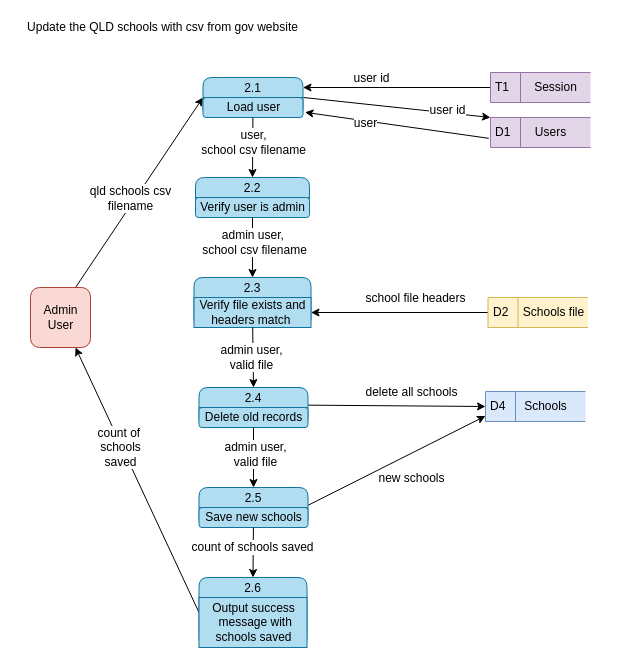
Earlier version of the draw.io diagram page "DFD L1 - Admin update datasets" (5 of 5) of App requirements/dfd qpc.drawio (simonpett/QPC). Source tidied: cells renumbered, new cells numbered last; positions are measured from the earlier drawing's top-left corner, leaving out a move shared by most shapes. Both pictures are drawn from the tidied source at 100%, with x=0, y=0 at pixel (16, 17).
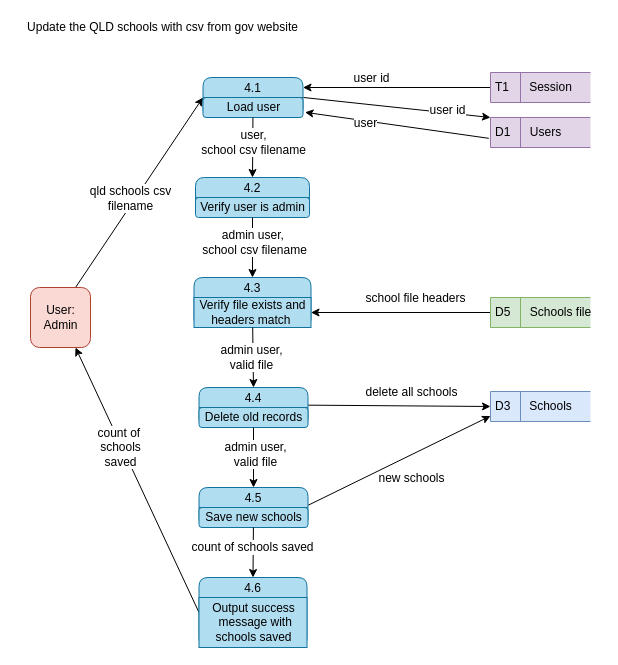
Above is the later version.

Change to the diagram source:
```diff
@@
-    <mxCell id="4" value="Admin &lt;br&gt;User" style="html=1;dashed=0;whitespace=wrap;fillColor=#fad9d5;strokeColor=#ae4132;rounded=1;fontSize=12;" parent="1" vertex="1">
+    <mxCell id="4" value="User: &lt;br&gt;Admin" style="html=1;dashed=0;whitespace=wrap;fillColor=#fad9d5;strokeColor=#ae4132;rounded=1;fontSize=12;" parent="1" vertex="1">
       <mxGeometry x="14" y="270" width="60" height="60" as="geometry" />
     </mxCell>
@@
     <mxCell id="6" value="Users" style="text;html=1;align=center;verticalAlign=middle;strokeColor=none;fillColor=none;fontSize=12;" parent="1" vertex="1">
-      <mxGeometry x="509" y="105" width="50" height="20" as="geometry" />
+      <mxGeometry x="504" y="105" width="50" height="20" as="geometry" />
     </mxCell>
@@
-    <mxCell id="10" value="2.1" style="swimlane;fontStyle=0;horizontal=1;startSize=20;fillColor=#b1ddf0;swimlaneFillColor=#ffffff;rounded=1;fontSize=12;strokeColor=#10739e;" parent="1" vertex="1">
+    <mxCell id="10" value="4.1" style="swimlane;fontStyle=0;horizontal=1;startSize=20;fillColor=#b1ddf0;swimlaneFillColor=#ffffff;rounded=1;fontSize=12;strokeColor=#10739e;" parent="1" vertex="1">
       <mxGeometry x="186.5" y="60" width="100" height="40" as="geometry" />
     </mxCell>
@@
-    <mxCell id="15" value="2.6" style="swimlane;fontStyle=0;horizontal=1;startSize=20;fillColor=#b1ddf0;swimlaneFillColor=#ffffff;rounded=1;fontSize=12;strokeColor=#10739e;" parent="1" vertex="1">
+    <mxCell id="15" value="4.6" style="swimlane;fontStyle=0;horizontal=1;startSize=20;fillColor=#b1ddf0;swimlaneFillColor=#ffffff;rounded=1;fontSize=12;strokeColor=#10739e;" parent="1" vertex="1">
       <mxGeometry x="182.5" y="560" width="108" height="70" as="geometry" />
     </mxCell>
@@
     <mxCell id="20" value="Session" style="text;html=1;align=center;verticalAlign=middle;strokeColor=none;fillColor=none;fontSize=12;" parent="1" vertex="1">
-      <mxGeometry x="509" y="60" width="60" height="20" as="geometry" />
+      <mxGeometry x="504" y="60" width="60" height="20" as="geometry" />
     </mxCell>
-    <mxCell id="21" value="2.2" style="swimlane;fontStyle=0;horizontal=1;startSize=20;fillColor=#b1ddf0;swimlaneFillColor=#ffffff;rounded=1;fontSize=12;strokeColor=#10739e;" parent="1" vertex="1">
+    <mxCell id="21" value="4.2" style="swimlane;fontStyle=0;horizontal=1;startSize=20;fillColor=#b1ddf0;swimlaneFillColor=#ffffff;rounded=1;fontSize=12;strokeColor=#10739e;" parent="1" vertex="1">
       <mxGeometry x="179" y="160" width="114" height="40" as="geometry" />
     </mxCell>
@@
-    <mxCell id="25" value="2.3" style="swimlane;fontStyle=0;horizontal=1;startSize=20;fillColor=#b1ddf0;swimlaneFillColor=#ffffff;rounded=1;fontSize=12;strokeColor=#10739e;" parent="1" vertex="1">
+    <mxCell id="25" value="4.3" style="swimlane;fontStyle=0;horizontal=1;startSize=20;fillColor=#b1ddf0;swimlaneFillColor=#ffffff;rounded=1;fontSize=12;strokeColor=#10739e;" parent="1" vertex="1">
       <mxGeometry x="177.5" y="260" width="117" height="50" as="geometry" />
     </mxCell>
@@
-    <mxCell id="29" value="2.5" style="swimlane;fontStyle=0;horizontal=1;startSize=20;fillColor=#b1ddf0;swimlaneFillColor=#ffffff;rounded=1;fontSize=12;strokeColor=#10739e;" parent="1" vertex="1">
+    <mxCell id="29" value="4.5" style="swimlane;fontStyle=0;horizontal=1;startSize=20;fillColor=#b1ddf0;swimlaneFillColor=#ffffff;rounded=1;fontSize=12;strokeColor=#10739e;" parent="1" vertex="1">
       <mxGeometry x="182.5" y="470" width="109" height="40" as="geometry" />
     </mxCell>
@@
-    <mxCell id="37" value="D2" style="html=1;dashed=0;whitespace=wrap;shape=mxgraph.dfd.dataStoreID;align=left;spacingLeft=3;points=[[0,0],[0.5,0],[1,0],[0,0.5],[1,0.5],[0,1],[0.5,1],[1,1]];rounded=1;fontSize=12;fillColor=#fff2cc;strokeColor=#d6b656;" parent="1" vertex="1">
-      <mxGeometry x="471.5" y="280" width="100" height="30" as="geometry" />
+    <mxCell id="37" value="D5" style="html=1;dashed=0;whitespace=wrap;shape=mxgraph.dfd.dataStoreID;align=left;spacingLeft=3;points=[[0,0],[0.5,0],[1,0],[0,0.5],[1,0.5],[0,1],[0.5,1],[1,1]];rounded=1;fontSize=12;fillColor=#d5e8d4;strokeColor=#82b366;" parent="1" vertex="1">
+      <mxGeometry x="474" y="280" width="100" height="30" as="geometry" />
     </mxCell>
     <mxCell id="38" value="Schools file" style="text;html=1;align=center;verticalAlign=middle;strokeColor=none;fillColor=none;fontSize=12;" parent="1" vertex="1">
-      <mxGeometry x="496.5" y="285" width="80" height="20" as="geometry" />
+      <mxGeometry x="504" y="285" width="80" height="20" as="geometry" />
     </mxCell>
@@
-    <mxCell id="41" value="2.4" style="swimlane;fontStyle=0;horizontal=1;startSize=20;fillColor=#b1ddf0;swimlaneFillColor=#ffffff;rounded=1;fontSize=12;strokeColor=#10739e;" parent="1" vertex="1">
+    <mxCell id="41" value="4.4" style="swimlane;fontStyle=0;horizontal=1;startSize=20;fillColor=#b1ddf0;swimlaneFillColor=#ffffff;rounded=1;fontSize=12;strokeColor=#10739e;" parent="1" vertex="1">
       <mxGeometry x="182.5" y="370" width="109" height="40" as="geometry" />
     </mxCell>
@@
-    <mxCell id="45" value="D4" style="html=1;dashed=0;whitespace=wrap;shape=mxgraph.dfd.dataStoreID;align=left;spacingLeft=3;points=[[0,0],[0.5,0],[1,0],[0,0.5],[1,0.5],[0,1],[0.5,1],[1,1]];rounded=1;fontSize=12;fillColor=#dae8fc;strokeColor=#6c8ebf;" parent="1" vertex="1">
-      <mxGeometry x="469" y="374" width="100" height="30" as="geometry" />
+    <mxCell id="45" value="D3" style="html=1;dashed=0;whitespace=wrap;shape=mxgraph.dfd.dataStoreID;align=left;spacingLeft=3;points=[[0,0],[0.5,0],[1,0],[0,0.5],[1,0.5],[0,1],[0.5,1],[1,1]];rounded=1;fontSize=12;fillColor=#dae8fc;strokeColor=#6c8ebf;" parent="1" vertex="1">
+      <mxGeometry x="474" y="374" width="100" height="30" as="geometry" />
     </mxCell>
     <mxCell id="46" value="Schools" style="text;html=1;align=center;verticalAlign=middle;strokeColor=none;fillColor=none;fontSize=12;" parent="1" vertex="1">
-      <mxGeometry x="499" y="379" width="60" height="20" as="geometry" />
+      <mxGeometry x="504" y="379" width="60" height="20" as="geometry" />
     </mxCell>
```
